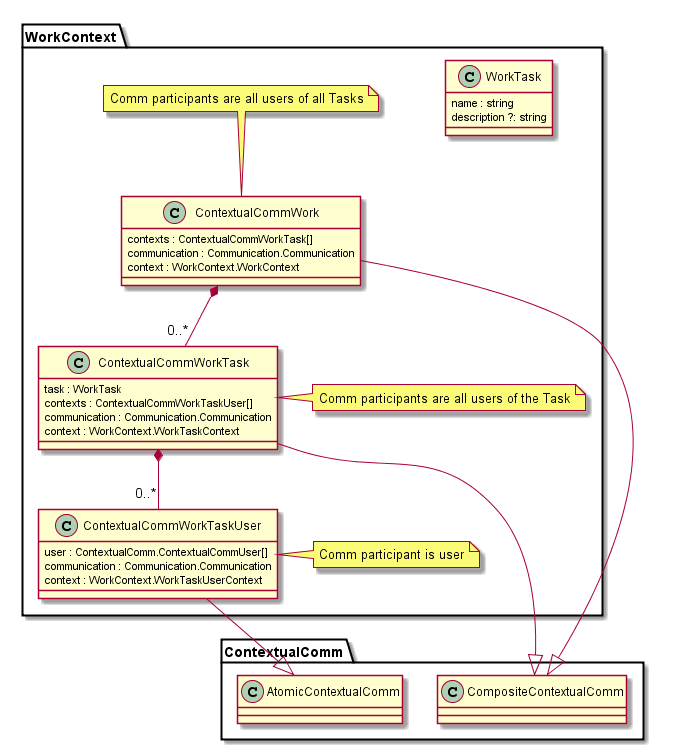
The PlantUML diagram docs/work-context-design.png in reTHINK-project/dev-smart-contextual-assistance-app, before a commit.
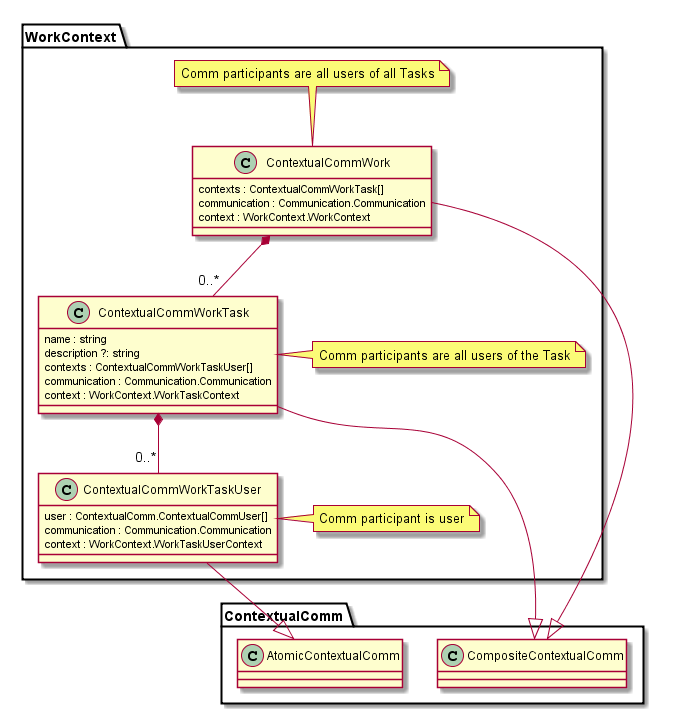
Later version of the same file.

Commit message:
data model updated

What changed in the source:
```diff
@@ -1,11 +1,6 @@
 @startuml "work-context-design.png"
 
 Package WorkContext {
-
-  class WorkTask {
-  name : string
-  description ?: string
-  }
 
   class ContextualCommWork {
   contexts : ContextualCommWorkTask[]
@@ -16,7 +11,8 @@
   note top : Comm participants are all users of all Tasks
 
   class ContextualCommWorkTask {
-  task : WorkTask
+  name : string
+  description ?: string
   contexts : ContextualCommWorkTaskUser[]
   communication : Communication.Communication
   context : WorkContext.WorkTaskContext
```
